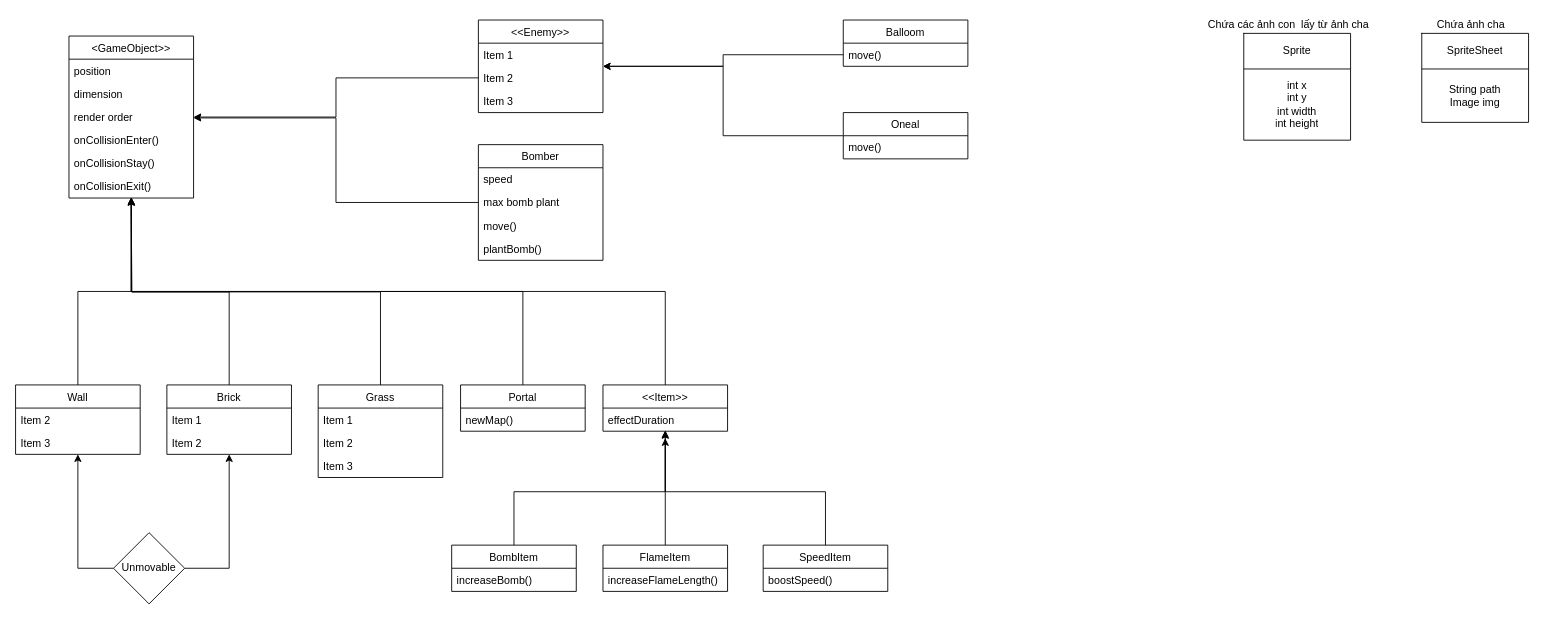
This is src/main/java/uet/gryffindor/game/object/object uml.drawio from hoang1007/bomberman, a draw.io file, before an edit. Source tidied: cells renumbered, new cells numbered last; positions are measured from the earlier drawing's top-left corner, leaving out a move shared by most shapes. Both pictures are drawn from the tidied source at 89%, with x=0, y=0 at pixel (15, 15).
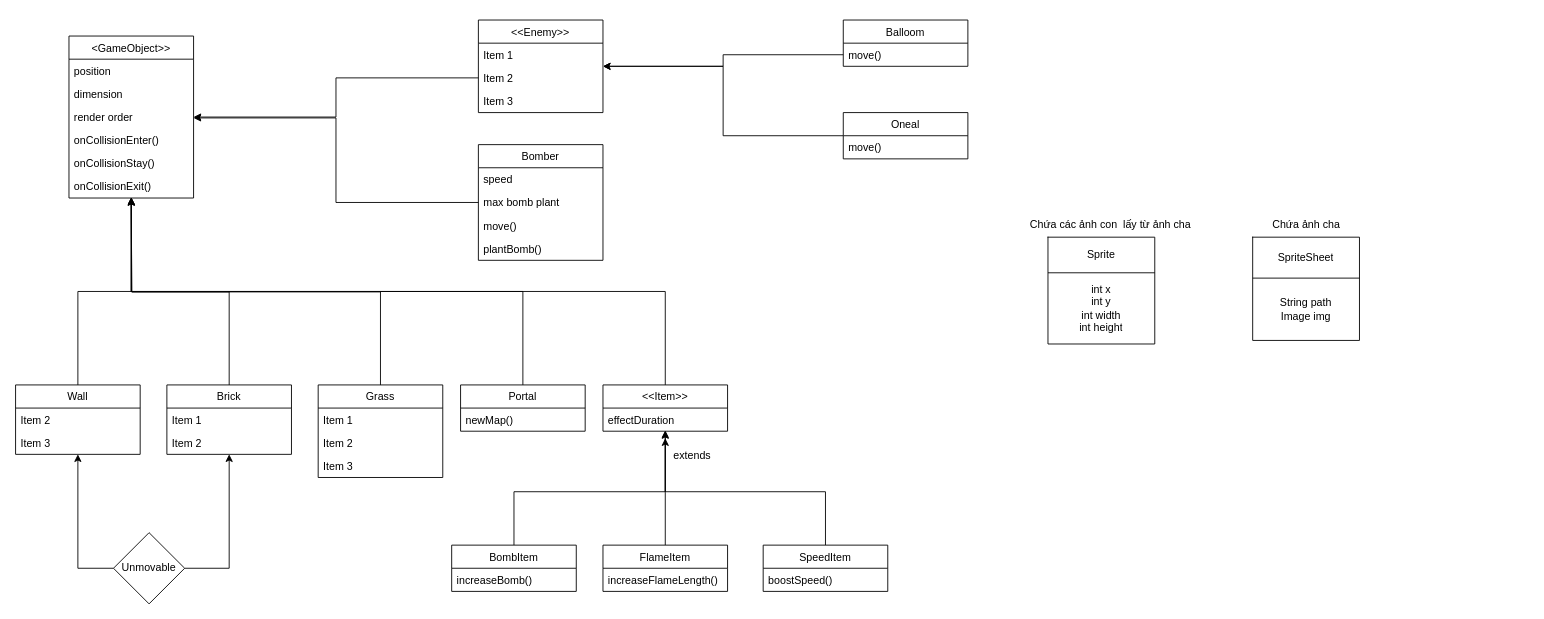
The same page after the edit.

What changed in the source:
```diff
@@
     <mxCell id="2" style="shape=table;startSize=0;childLayout=tableLayout;" parent="1" vertex="1">
-      <mxGeometry x="1380" y="20" width="120" height="120" as="geometry" />
+      <mxGeometry x="1160" y="249" width="120" height="120" as="geometry" />
     </mxCell>
@@
     <mxCell id="7" style="shape=table;startSize=0;childLayout=tableLayout;" parent="1" vertex="1">
-      <mxGeometry x="1580" y="20" width="120" height="100" as="geometry" />
+      <mxGeometry x="1390" y="249" width="120" height="116" as="geometry" />
     </mxCell>
     <mxCell id="8" style="shape=partialRectangle;fillColor=none;top=0;left=0;bottom=0;right=0;" parent="7" vertex="1">
-      <mxGeometry width="120" height="40" as="geometry" />
+      <mxGeometry width="120" height="46" as="geometry" />
     </mxCell>
     <mxCell id="9" value="SpriteSheet" style="shape=partialRectangle;html=1;whiteSpace=wrap;overflow=hidden;fillColor=none;top=0;left=0;bottom=0;right=0;" parent="8" vertex="1">
-      <mxGeometry width="120" height="40" as="geometry" />
+      <mxGeometry width="120" height="46" as="geometry" />
     </mxCell>
     <mxCell id="10" style="shape=partialRectangle;fillColor=none;top=0;left=0;bottom=0;right=0;" parent="7" vertex="1">
-      <mxGeometry y="40" width="120" height="60" as="geometry" />
+      <mxGeometry y="46" width="120" height="70" as="geometry" />
     </mxCell>
     <mxCell id="11" value="String path&lt;br&gt;Image img" style="shape=partialRectangle;html=1;whiteSpace=wrap;overflow=hidden;fillColor=none;top=0;left=0;bottom=0;right=0;" parent="10" vertex="1">
-      <mxGeometry width="120" height="60" as="geometry" />
+      <mxGeometry width="120" height="70" as="geometry" />
     </mxCell>
     <mxCell id="12" value="Chứa các ảnh con&amp;nbsp; lấy từ ảnh cha" style="text;html=1;align=center;verticalAlign=middle;strokeColor=none;" parent="1" vertex="1">
-      <mxGeometry x="1330" width="200" height="20" as="geometry" />
+      <mxGeometry x="1130" y="225" width="200" height="20" as="geometry" />
     </mxCell>
     <mxCell id="13" value="Chứa ảnh cha" style="text;html=1;align=center;verticalAlign=middle;strokeColor=none;" parent="1" vertex="1">
-      <mxGeometry x="1590" width="90" height="20" as="geometry" />
+      <mxGeometry x="1405" y="225" width="90" height="20" as="geometry" />
     </mxCell>
@@
+    <mxCell id="69" value="extends" style="text;html=1;align=center;verticalAlign=middle;strokeColor=none;" parent="1" vertex="1">
+      <mxGeometry x="730" y="485" width="60" height="20" as="geometry" />
+    </mxCell>
```
